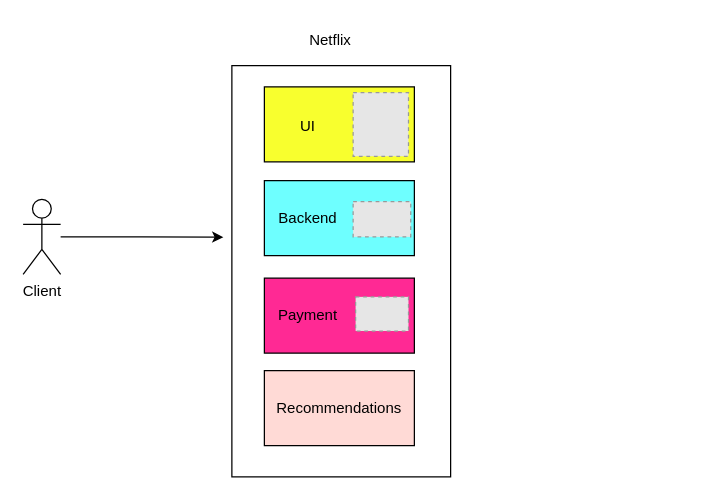
This is Monolithic.drawio from olliglorioso/datasets, a draw.io file, before an edit. Source tidied: cells renumbered, new cells numbered last; positions are measured from the earlier drawing's top-left corner, leaving out a move shared by most shapes. Both pictures are drawn from the tidied source at 125%, with x=0, y=0 at pixel (22, 21). Pictures stored in the file or linked from it are replaced by grey dashed boxes.
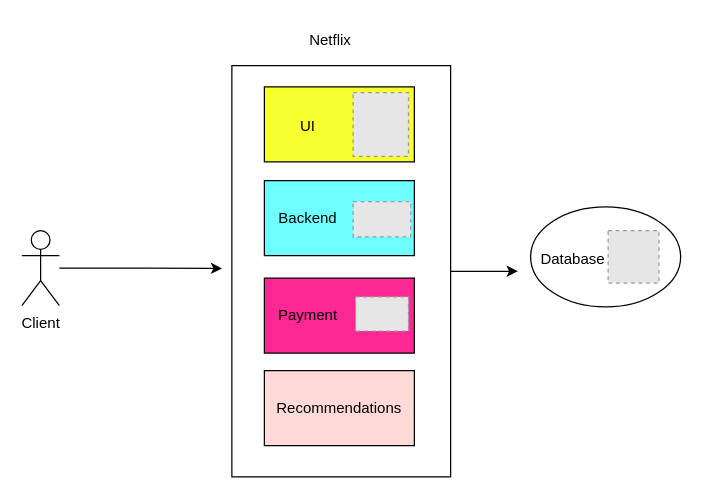
The same diagram, later.

The change refers to these unchanged cells:
```xml
<mxCell id="3" style="rounded=0;whiteSpace=wrap;html=1;direction=south;" parent="1" vertex="1">
  <mxGeometry x="167" y="35" width="175" height="329" as="geometry" />
</mxCell>
```

The edit, as a diff of the source:
```diff
@@
+    <mxCell id="17" style="edgeStyle=orthogonalEdgeStyle;rounded=0;jettySize=auto;html=1;" parent="1" edge="1" source="3">
+      <mxGeometry relative="1" as="geometry">
+        <mxPoint x="395.8" y="199.5" as="targetPoint" />
+      </mxGeometry>
+    </mxCell>
@@
     <mxCell id="6" style="edgeStyle=orthogonalEdgeStyle;rounded=0;jettySize=auto;html=1;entryX=0.341;entryY=1.039;entryDx=0;entryDy=0;entryPerimeter=0;" parent="1" edge="1" source="7">
       <mxGeometry relative="1" as="geometry">
-        <mxPoint x="160.2" y="172.2" as="targetPoint" />
+        <mxPoint x="159.2" y="197.2" as="targetPoint" />
       </mxGeometry>
     </mxCell>
     <mxCell id="7" value="Client" style="shape=umlActor;verticalLabelPosition=bottom;verticalAlign=top;html=1;outlineConnect=0;" parent="1" vertex="1">
-      <mxGeometry y="142" width="30" height="60" as="geometry" />
+      <mxGeometry x="-1" y="167" width="30" height="60" as="geometry" />
     </mxCell>
@@
+    <mxCell id="18" style="ellipse;whiteSpace=wrap;html=1;" parent="1" vertex="1">
+      <mxGeometry x="406" y="148" width="120" height="80" as="geometry" />
+    </mxCell>
+    <mxCell id="19" style="fillColor=#E6E6E6;strokeColor=#999999;dashed=1;verticalLabelPosition=bottom;labelBackgroundColor=default;verticalAlign=top;" parent="1" vertex="1">
+      <mxGeometry x="468" y="167" width="40.7" height="42" as="geometry" />
+    </mxCell>
+    <mxCell id="20" value="Database" style="text;strokeColor=none;align=center;fillColor=none;html=1;verticalAlign=middle;whiteSpace=wrap;rounded=0;" parent="1" vertex="1">
+      <mxGeometry x="410" y="175" width="60" height="30" as="geometry" />
+    </mxCell>
```
